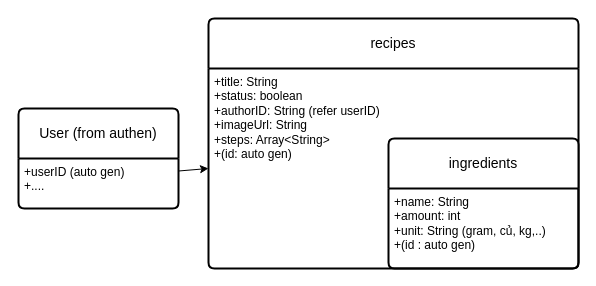
This is src/main/java/com/example/formular_cookie/repository/db.drawio from TuNoCode123/project_android, a draw.io file, before an edit. Source tidied: cells renumbered, new cells numbered last; positions are measured from the earlier drawing's top-left corner, leaving out a move shared by most shapes. Both pictures are drawn from the tidied source at 100%, with x=0, y=0 at pixel (18, 18).
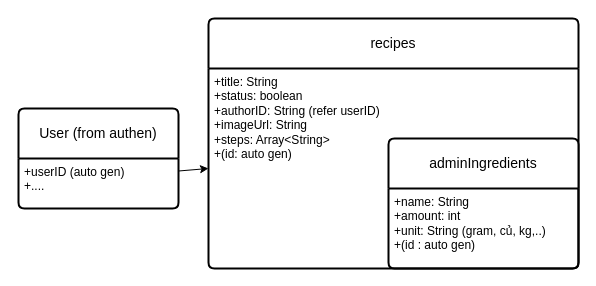
The same page after the edit.

The edit, as a diff of the source:
```diff
@@
 <mxGraphModel>
   <root>
     <mxCell id="0" />
     <mxCell id="1" parent="0" />
     <mxCell id="2" value="recipes" style="swimlane;horizontal=1;startSize=50;rounded=1;fontSize=14;fontStyle=0;strokeWidth=2;shadow=0;dashed=0;align=center;arcSize=4;whiteSpace=wrap;html=1;" parent="1" vertex="1">
       <mxGeometry x="190" width="370" height="250" as="geometry" />
     </mxCell>
     <mxCell id="3" value="+title: String&lt;div&gt;+status: boolean&lt;/div&gt;&lt;div&gt;+authorID: String (refer userID)&lt;/div&gt;&lt;div&gt;+imageUrl: String&lt;/div&gt;&lt;div&gt;+steps: Array&amp;lt;String&amp;gt;&lt;/div&gt;&lt;div&gt;+(id: auto gen)&lt;/div&gt;" style="align=left;strokeColor=none;fillColor=none;spacingLeft=4;fontSize=12;verticalAlign=top;html=1;" parent="2" vertex="1">
       <mxGeometry y="50" width="370" height="200" as="geometry" />
     </mxCell>
     <mxCell id="4" value="User (from authen)" style="swimlane;horizontal=1;startSize=50;rounded=1;fontSize=14;fontStyle=0;strokeWidth=2;shadow=0;dashed=0;align=center;arcSize=4;whiteSpace=wrap;html=1;" parent="1" vertex="1">
       <mxGeometry y="90" width="160" height="100" as="geometry" />
     </mxCell>
     <mxCell id="5" value="+userID (auto gen)&lt;div&gt;+....&lt;/div&gt;" style="align=left;strokeColor=none;fillColor=none;spacingLeft=4;fontSize=12;verticalAlign=top;html=1;" parent="4" vertex="1">
       <mxGeometry y="50" width="160" height="50" as="geometry" />
     </mxCell>
-    <mxCell id="6" value="ingredients" style="swimlane;horizontal=1;startSize=50;rounded=1;fontSize=14;fontStyle=0;strokeWidth=2;shadow=0;dashed=0;align=center;arcSize=4;whiteSpace=wrap;html=1;" parent="1" vertex="1">
+    <mxCell id="6" value="adminIngredients" style="swimlane;horizontal=1;startSize=50;rounded=1;fontSize=14;fontStyle=0;strokeWidth=2;shadow=0;dashed=0;align=center;arcSize=4;whiteSpace=wrap;html=1;" parent="1" vertex="1">
       <mxGeometry x="370" y="120" width="190" height="130" as="geometry" />
     </mxCell>
     <mxCell id="7" value="+name: String&lt;div&gt;+amount: int&lt;/div&gt;&lt;div&gt;+unit: String (gram, củ, kg,..)&lt;/div&gt;&lt;div&gt;+(id : auto gen)&lt;/div&gt;" style="align=left;strokeColor=none;fillColor=none;spacingLeft=4;fontSize=12;verticalAlign=top;html=1;" parent="6" vertex="1">
       <mxGeometry y="50" width="190" height="80" as="geometry" />
     </mxCell>
     <mxCell id="8" style="edgeStyle=none;html=1;exitX=1;exitY=0.25;exitDx=0;exitDy=0;entryX=0;entryY=0.5;entryDx=0;entryDy=0;" parent="1" edge="1" source="5" target="3">
       <mxGeometry relative="1" as="geometry" />
     </mxCell>
   </root>
 </mxGraphModel>
```
